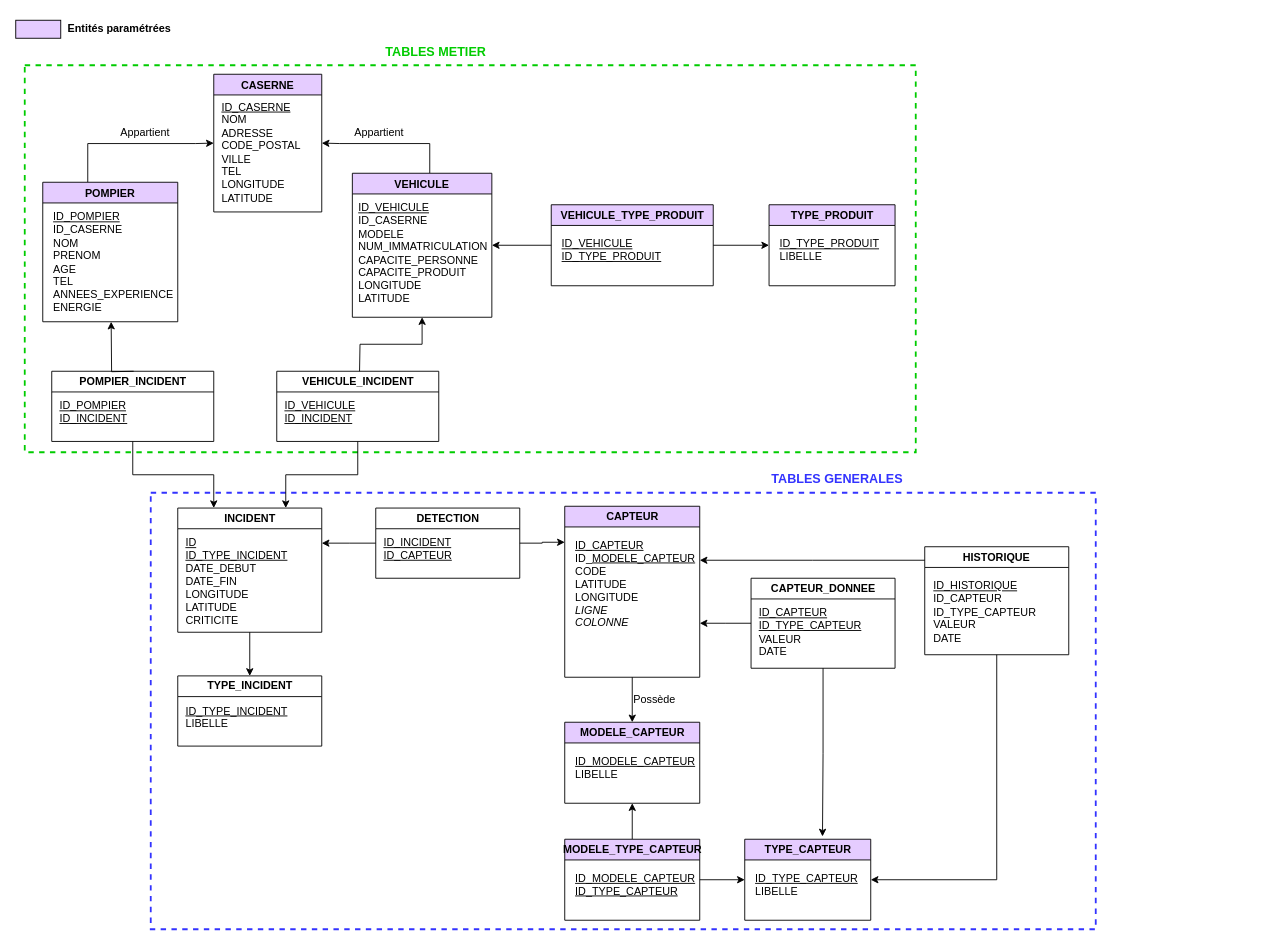
Above: Conception/MLD Emergency.drawio in GOROVSKY/projet-scientifique (draw.io), before the change. Source tidied: cells renumbered, new cells numbered last; positions are measured from the earlier drawing's top-left corner, leaving out a move shared by most shapes. Both pictures are drawn from the tidied source at 90%, with x=0, y=0 at pixel (15, 15).
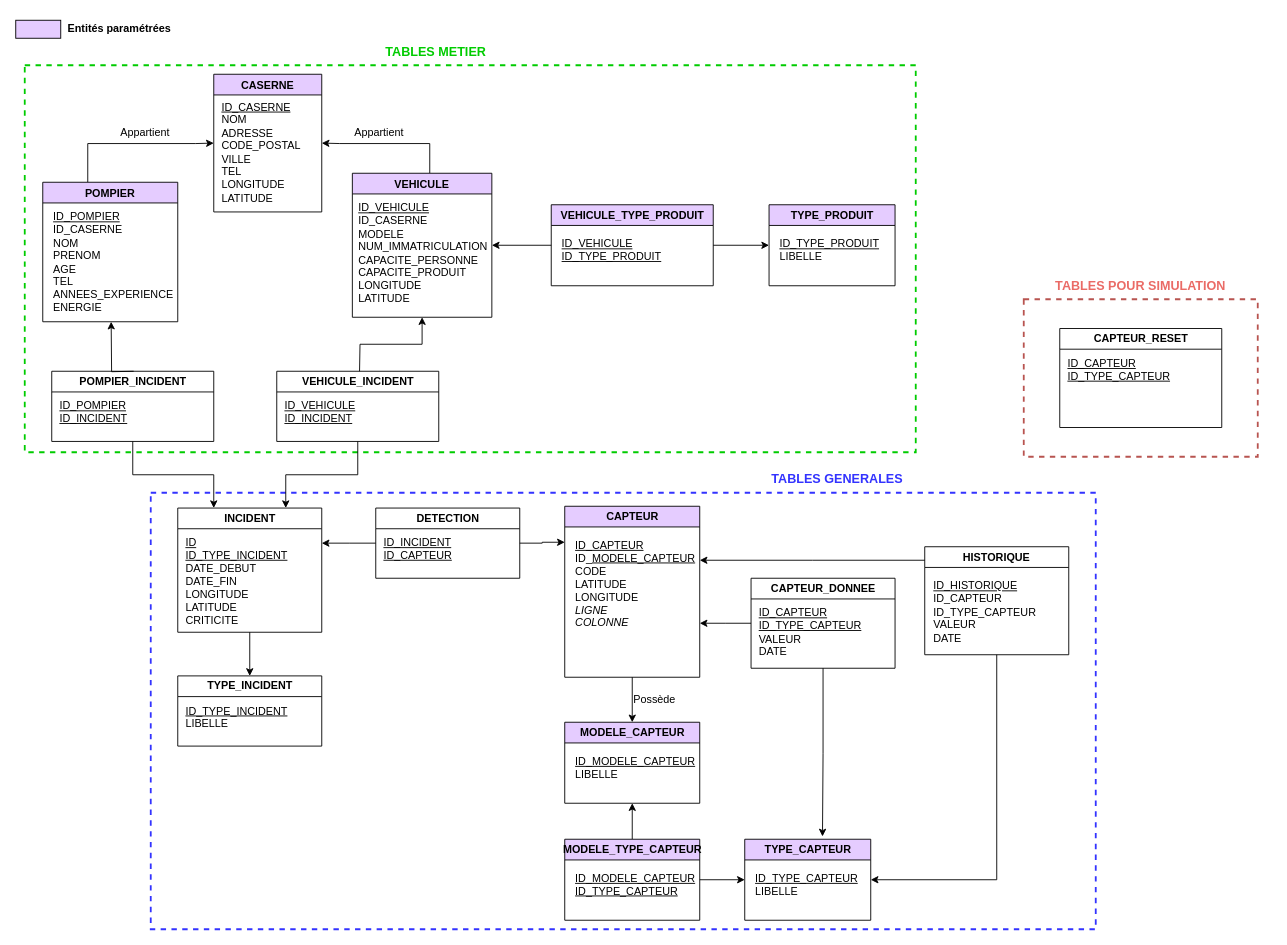
The same diagram, later.

Change to the diagram source:
```diff
@@
+    <mxCell id="61" style="rounded=0;whiteSpace=wrap;html=1;fillColor=none;strokeWidth=2;dashed=1;strokeColor=#b85450;" parent="1" vertex="1">
+      <mxGeometry x="1120" y="315" width="260" height="175" as="geometry" />
+    </mxCell>
@@
+    <mxCell id="62" value="CAPTEUR_RESET" style="swimlane;fontFamily=Helvetica;fontSize=12;fontColor=default;fillColor=none;gradientColor=none;html=1;" parent="1" vertex="1">
+      <mxGeometry x="1160" y="347.5" width="180" height="110" as="geometry" />
+    </mxCell>
+    <mxCell id="63" value="&lt;div&gt;&lt;u&gt;ID_CAPTEUR&lt;/u&gt;&lt;/div&gt;&lt;div&gt;&lt;u&gt;ID_TYPE_CAPTEUR&lt;/u&gt;&lt;/div&gt;" style="text;html=1;align=left;verticalAlign=top;strokeColor=none;fillColor=none;" parent="62" vertex="1">
+      <mxGeometry x="7" y="25" width="120" height="30" as="geometry" />
+    </mxCell>
+    <mxCell id="64" value="TABLES POUR SIMULATION" style="text;html=1;strokeColor=none;fillColor=none;align=center;verticalAlign=middle;whiteSpace=wrap;rounded=0;dashed=1;fontStyle=1;fontSize=14;fontColor=#EA6B66;" parent="1" vertex="1">
+      <mxGeometry x="1105" y="285" width="290" height="30" as="geometry" />
+    </mxCell>
```
